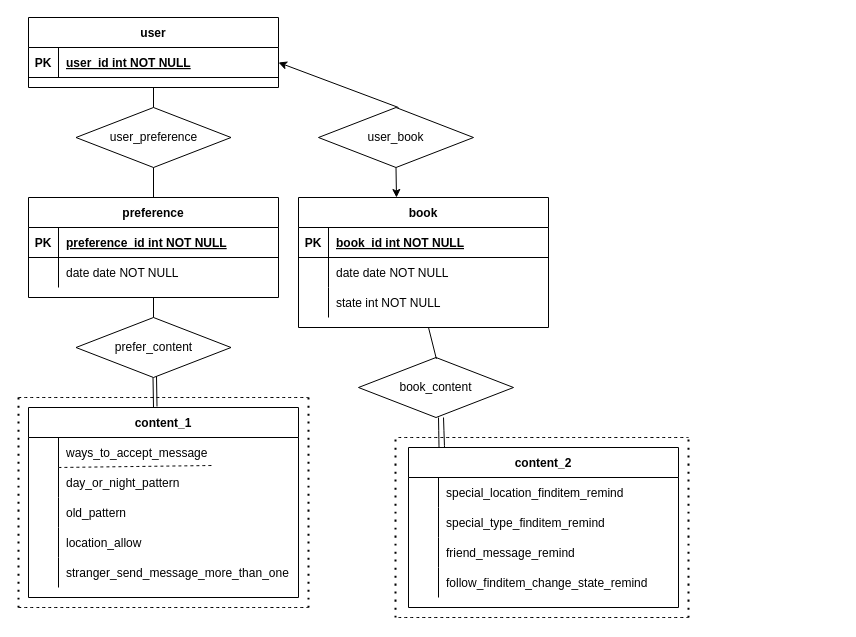
This is Resource/drawios/lcbGroup/用户个性化设计er图.drawio from LucasFrancis23213/DatabaseCourseDesign, a draw.io file, before an edit. Source tidied: cells renumbered, new cells numbered last; positions are measured from the earlier drawing's top-left corner, leaving out a move shared by most shapes. Both pictures are drawn from the tidied source at 100%, with x=0, y=0 at pixel (18, 17).
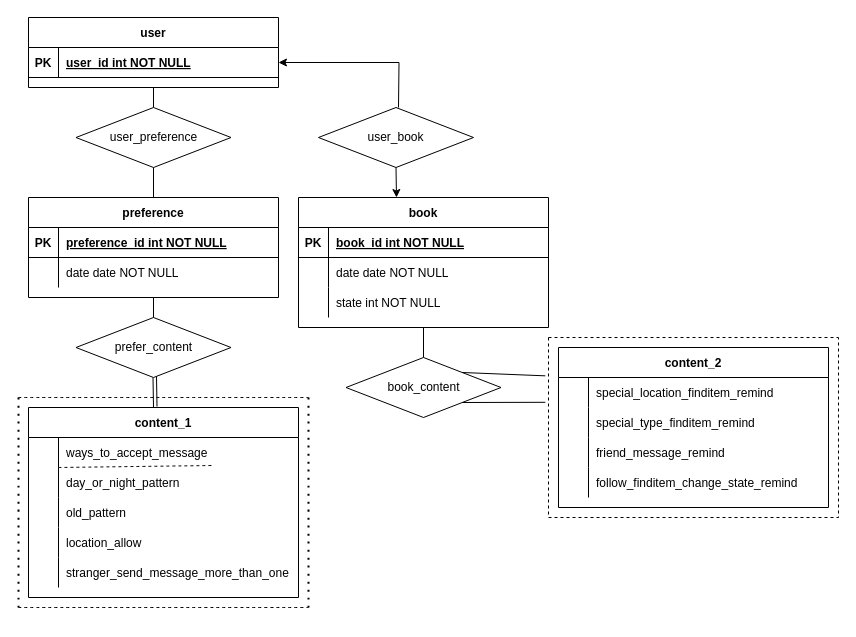
After the change.

The change refers to these unchanged cells:
```xml
<mxCell id="26" style="shape=partialRectangle;fillColor=none;points=[[0,0.5],[1,0.5]];portConstraint=eastwest;top=0;left=0;right=0;bottom=1;" parent="25" vertex="1">
  <mxGeometry y="30" width="250" height="30" as="geometry" />
</mxCell>
<mxCell id="38" value="book" style="shape=table;startSize=30;childLayout=tableLayout;rowLines=0;fontStyle=1;align=center;" parent="1" vertex="1">
  <mxGeometry x="280" y="180" width="250" height="130" as="geometry" />
</mxCell>
```

Diff of the diagram source:
```diff
@@
-    <mxCell id="37" style="endArrow=classic;html=1;rounded=0;entryX=1;entryY=0.5;entryDx=0;entryDy=0;" parent="1" edge="1" target="26">
+    <mxCell id="37" style="endArrow=classic;html=1;rounded=0;entryX=1;entryY=0.5;entryDx=0;entryDy=0;edgeStyle=orthogonalEdgeStyle;" parent="1" edge="1" target="26">
       <mxGeometry relative="1" as="geometry">
         <mxPoint x="380" y="90" as="sourcePoint" />
       </mxGeometry>
     </mxCell>
@@
     <mxCell id="48" value="book_content" style="rhombus;whiteSpace=wrap;html=1;" parent="1" vertex="1">
-      <mxGeometry x="340" y="340" width="155" height="60" as="geometry" />
+      <mxGeometry x="327.5" y="340" width="155" height="60" as="geometry" />
     </mxCell>
     <mxCell id="49" value="content_2" style="shape=table;startSize=30;childLayout=tableLayout;rowLines=0;fontStyle=1;align=center;" parent="1" vertex="1">
-      <mxGeometry x="390" y="430" width="270" height="160" as="geometry" />
+      <mxGeometry x="540" y="330" width="270" height="160" as="geometry" />
     </mxCell>
@@
-    <mxCell id="62" style="endArrow=none;html=1;rounded=0;" parent="1" edge="1">
-      <mxGeometry relative="1" as="geometry">
-        <mxPoint x="417.9" y="341.4" as="sourcePoint" />
-        <mxPoint x="410" y="310" as="targetPoint" />
-      </mxGeometry>
+    <mxCell id="62" style="endArrow=none;html=1;rounded=0;exitX=0.5;exitY=0;exitDx=0;exitDy=0;entryX=0.5;entryY=1;entryDx=0;entryDy=0;" parent="1" edge="1" source="48" target="38">
+      <mxGeometry relative="1" as="geometry" />
     </mxCell>
@@
-    <mxCell id="69" style="endArrow=none;dashed=1;html=1;rounded=0;fontSize=12;startSize=8;endSize=8;curved=1;" parent="1" edge="1">
-      <mxGeometry relative="1" as="geometry">
-        <mxPoint x="380" y="420" as="sourcePoint" />
-        <mxPoint x="670" y="420" as="targetPoint" />
-      </mxGeometry>
-    </mxCell>
-    <mxCell id="70" style="endArrow=none;dashed=1;html=1;rounded=0;fontSize=12;startSize=8;endSize=8;curved=1;" parent="1" edge="1">
-      <mxGeometry relative="1" as="geometry">
-        <mxPoint x="380" y="600" as="sourcePoint" />
-        <mxPoint x="670" y="600" as="targetPoint" />
-      </mxGeometry>
-    </mxCell>
-    <mxCell id="71" style="endArrow=none;dashed=1;html=1;dashPattern=1 3;strokeWidth=2;rounded=0;fontSize=12;startSize=8;endSize=8;curved=1;" parent="1" edge="1">
-      <mxGeometry relative="1" as="geometry">
-        <mxPoint x="377" y="600" as="sourcePoint" />
-        <mxPoint x="377" y="420" as="targetPoint" />
-      </mxGeometry>
-    </mxCell>
-    <mxCell id="72" style="endArrow=none;dashed=1;html=1;dashPattern=1 3;strokeWidth=2;rounded=0;fontSize=12;startSize=8;endSize=8;curved=1;" parent="1" edge="1">
-      <mxGeometry relative="1" as="geometry">
-        <mxPoint x="670" y="600" as="sourcePoint" />
-        <mxPoint x="670" y="420" as="targetPoint" />
-      </mxGeometry>
-    </mxCell>
-    <mxCell id="73" style="endArrow=none;html=1;rounded=0;fontSize=12;startSize=8;endSize=8;curved=1;exitX=0.113;exitY=-0.003;exitDx=0;exitDy=0;exitPerimeter=0;" parent="1" edge="1" source="49">
-      <mxGeometry relative="1" as="geometry">
-        <mxPoint x="420" y="400" as="targetPoint" />
-      </mxGeometry>
-    </mxCell>
-    <mxCell id="74" style="endArrow=none;html=1;rounded=0;fontSize=12;startSize=8;endSize=8;curved=1;exitX=0.113;exitY=-0.003;exitDx=0;exitDy=0;exitPerimeter=0;" parent="1" edge="1">
-      <mxGeometry relative="1" as="geometry">
-        <mxPoint x="426" y="430" as="sourcePoint" />
-        <mxPoint x="425" y="400" as="targetPoint" />
-      </mxGeometry>
-    </mxCell>
+    <mxCell id="75" style="swimlane;startSize=0;dashed=1;" parent="1" vertex="1">
+      <mxGeometry x="530" y="320" width="290" height="180" as="geometry" />
+    </mxCell>
+    <mxCell id="76" style="endArrow=none;html=1;rounded=0;exitX=1;exitY=0;exitDx=0;exitDy=0;entryX=-0.011;entryY=0.213;entryDx=0;entryDy=0;entryPerimeter=0;" parent="1" edge="1" source="48" target="75">
+      <mxGeometry relative="1" as="geometry" />
+    </mxCell>
+    <mxCell id="77" style="endArrow=none;html=1;rounded=0;exitX=1;exitY=1;exitDx=0;exitDy=0;entryX=-0.011;entryY=0.36;entryDx=0;entryDy=0;entryPerimeter=0;" parent="1" edge="1" source="48" target="75">
+      <mxGeometry relative="1" as="geometry" />
+    </mxCell>
```
